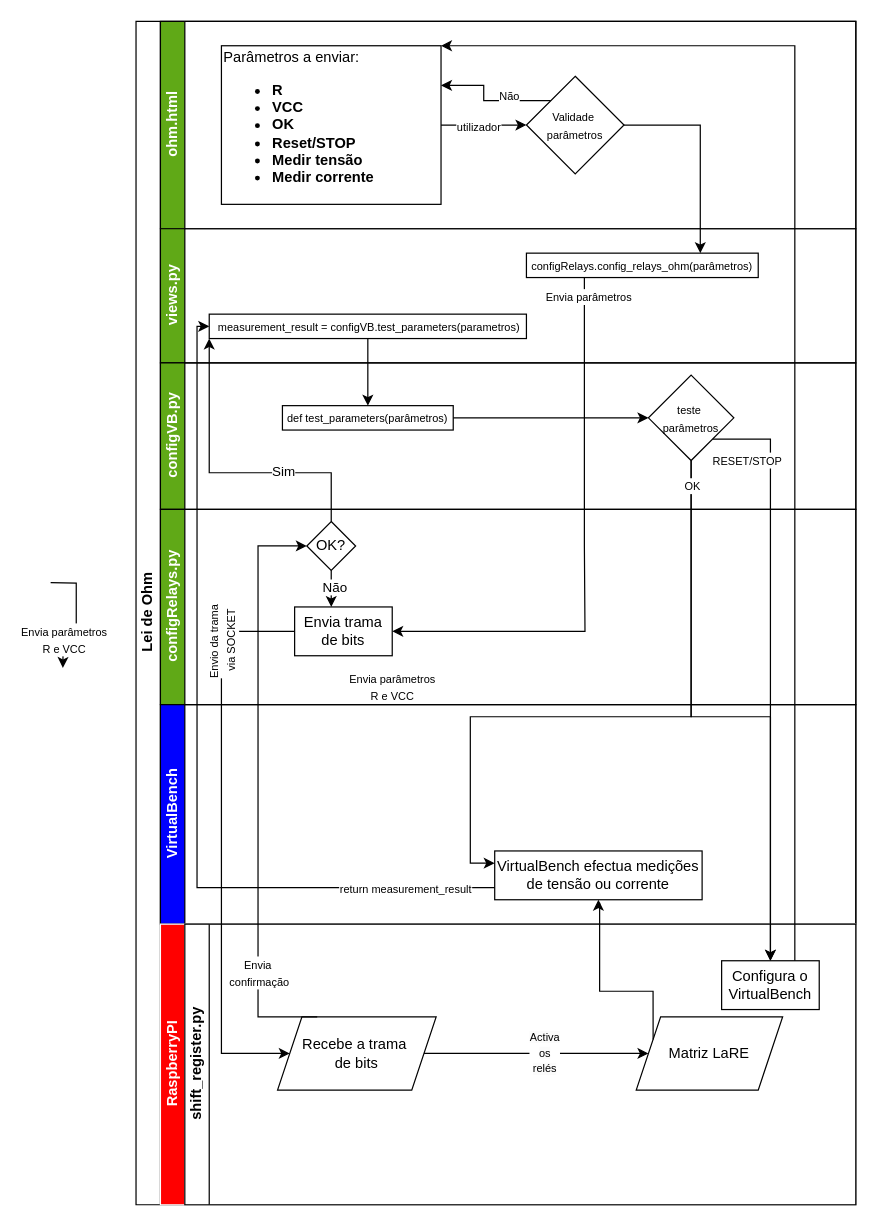
This is diagramas/flowchart_OHM.drawio from eddygrinder/LaRE, a draw.io file, before an edit. Source tidied: cells renumbered, new cells numbered last; positions are measured from the earlier drawing's top-left corner, leaving out a move shared by most shapes. Both pictures are drawn from the tidied source at 122%, with x=0, y=0 at pixel (50, 21).
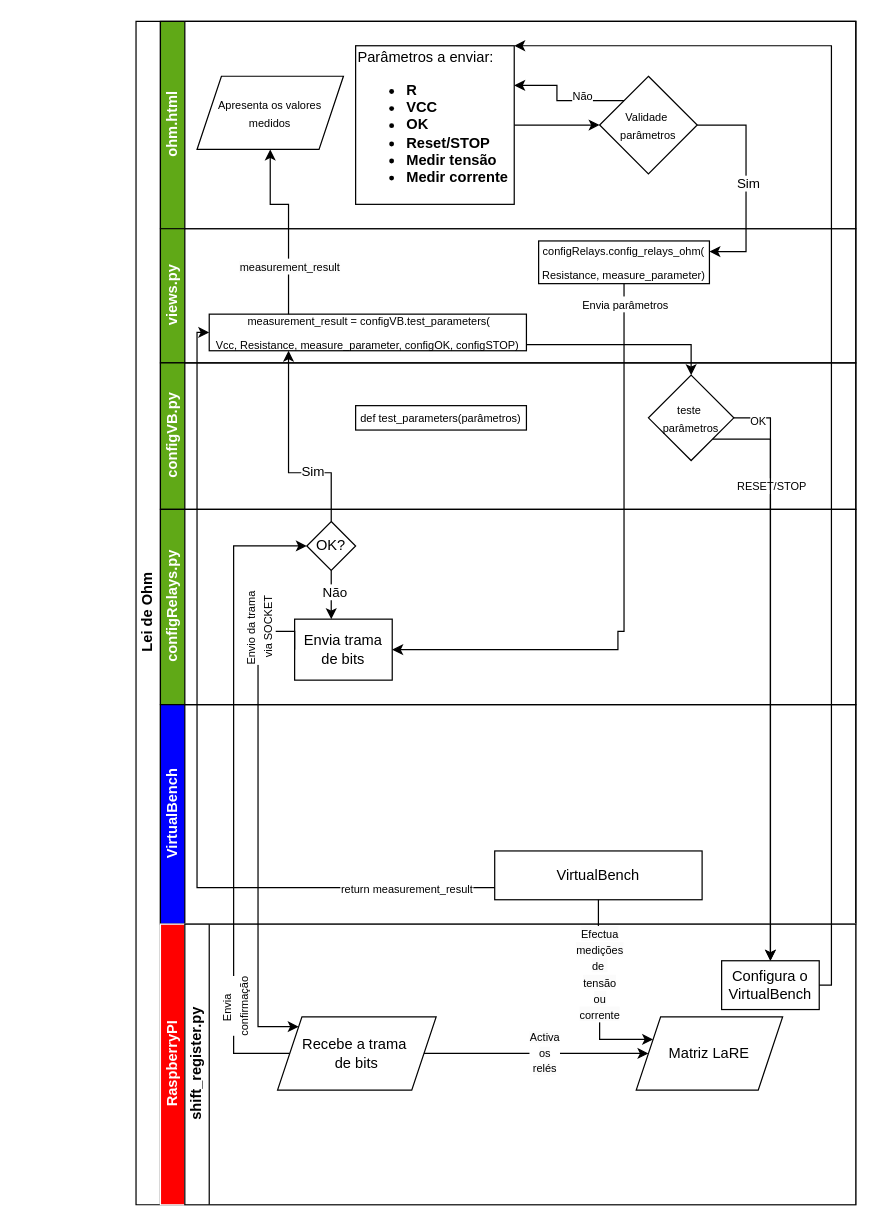
Above is the later version.

The change refers to these unchanged cells:
```xml
<mxCell id="2" value="Lei de Ohm" style="swimlane;html=1;horizontal=0;startSize=20;" parent="1" vertex="1">
  <mxGeometry x="70" width="590" height="970" as="geometry" />
</mxCell>
<mxCell id="3" value="&lt;font color=&quot;#ffffff&quot;&gt;ohm.html&lt;/font&gt;" style="swimlane;html=1;startSize=20;horizontal=0;fillColor=#60A917;" parent="2" vertex="1">
  <mxGeometry x="20" width="570" height="170" as="geometry" />
</mxCell>
<mxCell id="4" style="edgeStyle=orthogonalEdgeStyle;rounded=0;jettySize=auto;html=1;entryX=0;entryY=0.5;entryDx=0;entryDy=0;" parent="3" edge="1" source="6" target="9">
  <mxGeometry relative="1" as="geometry" />
</mxCell>
<mxCell id="10" value="&lt;font color=&quot;#ffffff&quot;&gt;views.py&lt;/font&gt;" style="swimlane;html=1;startSize=20;horizontal=0;fillColor=#60A917;" parent="2" vertex="1">
  <mxGeometry x="20" y="170" width="570" height="110" as="geometry" />
</mxCell>
<mxCell id="13" value="&lt;font color=&quot;#ffffff&quot;&gt;configVB.py&lt;/font&gt;" style="swimlane;html=1;startSize=20;horizontal=0;fillColor=#60A917;" parent="2" vertex="1">
  <mxGeometry x="20" y="280" width="570" height="120" as="geometry" />
</mxCell>
<mxCell id="17" value="&lt;p&gt;&lt;font style=&quot;font-size: 9px;&quot;&gt;teste&amp;nbsp;&lt;br&gt;&lt;/font&gt;&lt;span style=&quot;font-size: 9px; background-color: initial;&quot;&gt;parâmetros&lt;/span&gt;&lt;/p&gt;" style="rhombus;whiteSpace=wrap;html=1;fontFamily=Helvetica;fontSize=12;fontColor=#000000;align=center;" parent="13" vertex="1">
  <mxGeometry x="400" y="10" width="70" height="70" as="geometry" />
</mxCell>
<mxCell id="19" value="&lt;font color=&quot;#ffffff&quot;&gt;configRelays.py&lt;/font&gt;" style="swimlane;html=1;startSize=20;horizontal=0;fillColor=#60A917;" parent="2" vertex="1">
  <mxGeometry x="20" y="400" width="570" height="160" as="geometry" />
</mxCell>
<mxCell id="23" value="OK?" style="rhombus;whiteSpace=wrap;html=1;" parent="19" vertex="1">
  <mxGeometry x="120" y="10" width="40" height="40" as="geometry" />
</mxCell>
<mxCell id="24" value="&lt;font color=&quot;#ffffff&quot;&gt;VirtualBench&lt;/font&gt;" style="swimlane;html=1;startSize=20;horizontal=0;fillColor=#0000FF;" parent="2" vertex="1">
  <mxGeometry x="20" y="560" width="570" height="180" as="geometry" />
</mxCell>
<mxCell id="30" value="Recebe a trama&amp;nbsp;&lt;div&gt;de bits&lt;/div&gt;" style="shape=parallelogram;perimeter=parallelogramPerimeter;whiteSpace=wrap;html=1;fixedSize=1;" parent="27" vertex="1">
  <mxGeometry x="76" y="76" width="130" height="60" as="geometry" />
</mxCell>
<mxCell id="31" value="Matriz LaRE" style="shape=parallelogram;perimeter=parallelogramPerimeter;whiteSpace=wrap;html=1;fixedSize=1;" parent="27" vertex="1">
  <mxGeometry x="370" y="76" width="120" height="60" as="geometry" />
</mxCell>
<mxCell id="32" value="Configura o VirtualBench" style="rounded=0;whiteSpace=wrap;html=1;" parent="26" vertex="1">
  <mxGeometry x="460" y="30" width="80" height="40" as="geometry" />
</mxCell>
```

What changed in the source:
```diff
@@
-    <mxCell id="5" value="&lt;font style=&quot;font-size: 9px;&quot;&gt;utilizador&lt;/font&gt;" style="edgeLabel;html=1;align=center;verticalAlign=middle;" parent="4" vertex="1">
-      <mxGeometry x="-0.31" y="-1" relative="1" as="geometry">
-        <mxPoint x="6" y="-1" as="offset" />
-      </mxGeometry>
-    </mxCell>
     <mxCell id="6" value="Parâmetros a enviar:&lt;br&gt;&lt;ul&gt;&lt;li&gt;&lt;b&gt;R&lt;/b&gt;&lt;/li&gt;&lt;li&gt;&lt;b&gt;VCC&lt;/b&gt;&lt;/li&gt;&lt;li&gt;&lt;b&gt;OK&lt;/b&gt;&lt;/li&gt;&lt;li&gt;&lt;b&gt;Reset/STOP&lt;/b&gt;&lt;/li&gt;&lt;li&gt;&lt;b&gt;Medir tensão&lt;/b&gt;&lt;/li&gt;&lt;li&gt;&lt;b&gt;Medir corrente&lt;/b&gt;&lt;/li&gt;&lt;/ul&gt;" style="rounded=0;whiteSpace=wrap;html=1;fontFamily=Helvetica;fontSize=12;fontColor=#000000;align=left;" parent="3" vertex="1">
-      <mxGeometry x="50" y="20" width="180" height="130" as="geometry" />
+      <mxGeometry x="160" y="20" width="130" height="130" as="geometry" />
     </mxCell>
@@
     <mxCell id="9" value="&lt;font style=&quot;font-size: 9px;&quot;&gt;Validade&amp;nbsp;&lt;/font&gt;&lt;div&gt;&lt;font style=&quot;font-size: 9px;&quot;&gt;parâmetros&lt;/font&gt;&lt;/div&gt;" style="rhombus;whiteSpace=wrap;html=1;fontFamily=Helvetica;fontSize=12;fontColor=#000000;align=center;" parent="3" vertex="1">
-      <mxGeometry x="300" y="45" width="80" height="80" as="geometry" />
+      <mxGeometry x="360" y="45" width="80" height="80" as="geometry" />
     </mxCell>
+    <mxCell id="53" value="&lt;font style=&quot;font-size: 9px;&quot;&gt;Apresenta os valores medidos&lt;/font&gt;" style="shape=parallelogram;perimeter=parallelogramPerimeter;whiteSpace=wrap;html=1;fixedSize=1;" parent="3" vertex="1">
+      <mxGeometry x="30" y="45" width="120" height="60" as="geometry" />
+    </mxCell>
@@
-    <mxCell id="11" value="&lt;div style=&quot;line-height: 19px;&quot;&gt;&lt;font style=&quot;font-size: 9px;&quot;&gt;&amp;nbsp;measurement_result = configVB.test_parameters(parametros)&lt;/font&gt;&lt;/div&gt;" style="rounded=0;whiteSpace=wrap;html=1;fontFamily=Helvetica;fontSize=12;fontColor=#000000;align=center;" parent="10" vertex="1">
-      <mxGeometry x="40" y="70" width="260" height="20" as="geometry" />
+    <mxCell id="11" value="&lt;div style=&quot;line-height: 19px;&quot;&gt;&lt;font style=&quot;font-size: 9px;&quot;&gt;&amp;nbsp;measurement_result = configVB.test_parameters(&lt;br&gt;&lt;/font&gt;&lt;span style=&quot;font-size: 9px; background-color: initial;&quot;&gt;Vcc, Resistance, measure_parameter, configOK, configSTOP)&lt;/span&gt;&lt;/div&gt;" style="rounded=0;whiteSpace=wrap;html=1;fontFamily=Helvetica;fontSize=12;fontColor=#000000;align=center;" parent="10" vertex="1">
+      <mxGeometry x="40" y="70" width="260" height="30" as="geometry" />
     </mxCell>
-    <mxCell id="12" value="&lt;div style=&quot;line-height: 19px;&quot;&gt;&lt;div style=&quot;line-height: 19px;&quot;&gt;&lt;font style=&quot;font-size: 9px;&quot;&gt;configRelays.config_relays_ohm(parâmetros)&lt;/font&gt;&lt;/div&gt;&lt;/div&gt;" style="rounded=0;whiteSpace=wrap;html=1;fontFamily=Helvetica;fontSize=12;fontColor=#000000;align=center;" parent="10" vertex="1">
-      <mxGeometry x="300" y="20" width="190" height="20" as="geometry" />
+    <mxCell id="12" value="&lt;div style=&quot;line-height: 19px;&quot;&gt;&lt;div style=&quot;line-height: 19px;&quot;&gt;&lt;font style=&quot;font-size: 9px;&quot;&gt;configRelays.config_relays_ohm(&lt;br&gt;Resistance, measure_parameter&lt;/font&gt;&lt;span style=&quot;font-size: 9px; background-color: initial;&quot;&gt;)&lt;/span&gt;&lt;/div&gt;&lt;/div&gt;" style="rounded=0;whiteSpace=wrap;html=1;fontFamily=Helvetica;fontSize=12;fontColor=#000000;align=center;" parent="10" vertex="1">
+      <mxGeometry x="310" y="10" width="140" height="35" as="geometry" />
     </mxCell>
@@
     <mxCell id="14" value="&lt;div style=&quot;line-height: 19px;&quot;&gt;&lt;font style=&quot;font-size: 9px;&quot;&gt;def test_parameters(parâmetros)&lt;/font&gt;&lt;/div&gt;" style="rounded=0;whiteSpace=wrap;html=1;fontFamily=Helvetica;fontSize=12;fontColor=#000000;align=center;" parent="13" vertex="1">
-      <mxGeometry x="100" y="35" width="140" height="20" as="geometry" />
+      <mxGeometry x="160" y="35" width="140" height="20" as="geometry" />
     </mxCell>
     <mxCell id="15" style="edgeStyle=orthogonalEdgeStyle;rounded=0;jettySize=auto;html=1;exitX=1;exitY=1;exitDx=0;exitDy=0;" parent="13" edge="1" source="17">
       <mxGeometry relative="1" as="geometry">
         <mxPoint x="500" y="490" as="targetPoint" />
         <Array as="points">
           <mxPoint x="500" y="63" />
-          <mxPoint x="500" y="380" />
         </Array>
       </mxGeometry>
     </mxCell>
     <mxCell id="16" value="&lt;font style=&quot;font-size: 9px;&quot;&gt;RESET/STOP&lt;/font&gt;" style="edgeLabel;html=1;align=center;verticalAlign=middle;" parent="15" vertex="1">
       <mxGeometry x="-0.54" relative="1" as="geometry">
-        <mxPoint x="-20" y="-45" as="offset" />
+        <mxPoint y="-24" as="offset" />
       </mxGeometry>
     </mxCell>
@@
-    <mxCell id="18" style="edgeStyle=orthogonalEdgeStyle;rounded=0;jettySize=auto;html=1;entryX=0;entryY=0.5;entryDx=0;entryDy=0;" parent="13" edge="1" source="14" target="17">
-      <mxGeometry relative="1" as="geometry" />
-    </mxCell>
@@
     <mxCell id="20" value="Envia trama de bits" style="rounded=0;whiteSpace=wrap;html=1;" parent="19" vertex="1">
-      <mxGeometry x="110" y="80" width="80" height="40" as="geometry" />
+      <mxGeometry x="110" y="90" width="80" height="50" as="geometry" />
     </mxCell>
@@
-    <mxCell id="25" value="VirtualBench efectua medições de tensão ou corrente" style="rounded=0;whiteSpace=wrap;html=1;" parent="24" vertex="1">
+    <mxCell id="25" value="VirtualBench" style="rounded=0;whiteSpace=wrap;html=1;" parent="24" vertex="1">
       <mxGeometry x="274" y="120" width="170" height="40" as="geometry" />
     </mxCell>
@@
-    <mxCell id="33" style="edgeStyle=orthogonalEdgeStyle;rounded=0;jettySize=auto;html=1;entryX=0.5;entryY=0;entryDx=0;entryDy=0;" parent="2" edge="1" source="11" target="14">
+    <mxCell id="33" style="edgeStyle=orthogonalEdgeStyle;rounded=0;jettySize=auto;html=1;entryX=0.5;entryY=0;entryDx=0;entryDy=0;" parent="2" edge="1" target="17">
       <mxGeometry relative="1" as="geometry">
+        <mxPoint x="320" y="265" as="sourcePoint" />
         <Array as="points">
-          <mxPoint x="190" y="315" />
+          <mxPoint x="455" y="265" />
         </Array>
       </mxGeometry>
     </mxCell>
     <mxCell id="34" style="edgeStyle=orthogonalEdgeStyle;rounded=0;jettySize=auto;html=1;exitX=0;exitY=0.75;exitDx=0;exitDy=0;entryX=0;entryY=0.5;entryDx=0;entryDy=0;" parent="2" edge="1" source="25" target="11">
       <mxGeometry relative="1" as="geometry">
         <Array as="points">
           <mxPoint x="50" y="710" />
-          <mxPoint x="50" y="250" />
+          <mxPoint x="50" y="255" />
         </Array>
       </mxGeometry>
     </mxCell>
@@
-    <mxCell id="36" style="edgeStyle=orthogonalEdgeStyle;rounded=0;orthogonalLoop=1;jettySize=auto;html=1;" parent="2" edge="1">
-      <mxGeometry relative="1" as="geometry">
-        <mxPoint x="-70" y="460" as="sourcePoint" />
-        <mxPoint x="-60" y="530" as="targetPoint" />
-      </mxGeometry>
-    </mxCell>
-    <mxCell id="37" value="&lt;font style=&quot;font-size: 9px;&quot;&gt;Envia parâmetros&lt;/font&gt;&lt;div&gt;&lt;font style=&quot;font-size: 9px;&quot;&gt;R e VCC&lt;/font&gt;&lt;/div&gt;" style="edgeLabel;html=1;align=center;verticalAlign=middle;" parent="36" vertex="1">
-      <mxGeometry x="0.37" y="1" relative="1" as="geometry">
-        <mxPoint x="-1" y="8" as="offset" />
-      </mxGeometry>
-    </mxCell>
-    <mxCell id="38" style="edgeStyle=orthogonalEdgeStyle;rounded=0;jettySize=auto;html=1;exitX=0;exitY=0.5;exitDx=0;exitDy=0;" parent="2" edge="1" source="20" target="30">
+    <mxCell id="38" style="edgeStyle=orthogonalEdgeStyle;rounded=0;jettySize=auto;html=1;exitX=0;exitY=0.5;exitDx=0;exitDy=0;entryX=0;entryY=0;entryDx=0;entryDy=0;" parent="2" edge="1" source="20" target="30">
       <mxGeometry relative="1" as="geometry">
         <Array as="points">
-          <mxPoint x="70" y="500" />
-          <mxPoint x="70" y="846" />
+          <mxPoint x="100" y="500" />
+          <mxPoint x="100" y="824" />
         </Array>
       </mxGeometry>
     </mxCell>
@@
-    <mxCell id="40" style="edgeStyle=orthogonalEdgeStyle;rounded=0;jettySize=auto;html=1;exitX=0.25;exitY=0;exitDx=0;exitDy=0;entryX=0;entryY=0.5;entryDx=0;entryDy=0;" parent="2" edge="1" source="30" target="23">
+    <mxCell id="40" style="edgeStyle=orthogonalEdgeStyle;rounded=0;jettySize=auto;html=1;exitX=0;exitY=0.5;exitDx=0;exitDy=0;entryX=0;entryY=0.5;entryDx=0;entryDy=0;" parent="2" edge="1" source="30" target="23">
       <mxGeometry relative="1" as="geometry">
         <Array as="points">
-          <mxPoint x="100" y="816" />
-          <mxPoint x="100" y="430" />
+          <mxPoint x="80" y="846" />
+          <mxPoint x="80" y="430" />
         </Array>
       </mxGeometry>
     </mxCell>
-    <mxCell id="41" value="&lt;font style=&quot;font-size: 9px;&quot;&gt;Envia&amp;nbsp;&lt;/font&gt;&lt;div&gt;&lt;font style=&quot;font-size: 9px;&quot;&gt;confirmação&lt;/font&gt;&lt;/div&gt;" style="edgeLabel;html=1;align=center;verticalAlign=middle;" parent="40" vertex="1">
+    <mxCell id="41" value="&lt;font style=&quot;font-size: 9px;&quot;&gt;Envia&amp;nbsp;&lt;/font&gt;&lt;div&gt;&lt;font style=&quot;font-size: 9px;&quot;&gt;confirmação&lt;/font&gt;&lt;/div&gt;" style="edgeLabel;html=1;align=center;verticalAlign=middle;rotation=-90;" parent="40" vertex="1">
       <mxGeometry x="0.34" relative="1" as="geometry">
-        <mxPoint y="233" as="offset" />
+        <mxPoint y="267" as="offset" />
       </mxGeometry>
     </mxCell>
-    <mxCell id="42" style="edgeStyle=orthogonalEdgeStyle;rounded=0;jettySize=auto;html=1;exitX=0.5;exitY=1;exitDx=0;exitDy=0;entryX=0;entryY=0.25;entryDx=0;entryDy=0;" parent="2" edge="1" source="17" target="25">
-      <mxGeometry relative="1" as="geometry">
-        <Array as="points">
-          <mxPoint x="455" y="570" />
-          <mxPoint x="274" y="570" />
-          <mxPoint x="274" y="690" />
-        </Array>
-      </mxGeometry>
-    </mxCell>
-    <mxCell id="43" value="&lt;font style=&quot;font-size: 9px;&quot;&gt;Envia parâmetros&lt;/font&gt;&lt;div&gt;&lt;font style=&quot;font-size: 9px;&quot;&gt;R e VCC&lt;/font&gt;&lt;/div&gt;" style="edgeLabel;html=1;align=center;verticalAlign=middle;" parent="42" vertex="1">
-      <mxGeometry x="-0.16" y="-1" relative="1" as="geometry">
-        <mxPoint x="-233" y="-24" as="offset" />
-      </mxGeometry>
-    </mxCell>
-    <mxCell id="44" style="edgeStyle=orthogonalEdgeStyle;rounded=0;jettySize=auto;html=1;exitX=0;exitY=0.25;exitDx=0;exitDy=0;entryX=0.5;entryY=1;entryDx=0;entryDy=0;" parent="2" edge="1" source="31" target="25">
-      <mxGeometry relative="1" as="geometry">
-        <Array as="points">
-          <mxPoint x="380" y="795" />
-          <mxPoint x="380" y="723" />
-          <mxPoint x="379" y="723" />
-        </Array>
-      </mxGeometry>
-    </mxCell>
-    <mxCell id="45" style="edgeStyle=orthogonalEdgeStyle;rounded=0;jettySize=auto;html=1;" parent="2" edge="1" source="17" target="32">
+    <mxCell id="45" style="edgeStyle=orthogonalEdgeStyle;rounded=0;jettySize=auto;html=1;exitX=1;exitY=0.5;exitDx=0;exitDy=0;" parent="2" edge="1" source="17" target="32">
       <mxGeometry relative="1" as="geometry">
         <Array as="points">
-          <mxPoint x="455" y="570" />
-          <mxPoint x="520" y="570" />
+          <mxPoint x="520" y="325" />
         </Array>
       </mxGeometry>
     </mxCell>
     <mxCell id="46" value="&lt;font style=&quot;font-size: 9px;&quot;&gt;OK&lt;/font&gt;" style="edgeLabel;html=1;align=center;verticalAlign=middle;" parent="45" vertex="1">
-      <mxGeometry x="-0.75" y="-3" relative="1" as="geometry">
-        <mxPoint x="3" y="-39" as="offset" />
-      </mxGeometry>
+      <mxGeometry x="-0.92" y="-1" relative="1" as="geometry" />
     </mxCell>
-    <mxCell id="47" style="edgeStyle=orthogonalEdgeStyle;rounded=0;jettySize=auto;html=1;exitX=0.75;exitY=0;exitDx=0;exitDy=0;entryX=1;entryY=0;entryDx=0;entryDy=0;" parent="2" edge="1" source="32" target="6">
+    <mxCell id="47" style="edgeStyle=orthogonalEdgeStyle;rounded=0;jettySize=auto;html=1;entryX=1;entryY=0;entryDx=0;entryDy=0;" parent="2" edge="1" target="6">
       <mxGeometry relative="1" as="geometry">
+        <mxPoint x="560" y="790" as="sourcePoint" />
         <Array as="points">
-          <mxPoint x="540" y="20" />
+          <mxPoint x="570" y="790" />
+          <mxPoint x="570" y="20" />
         </Array>
       </mxGeometry>
     </mxCell>
-    <mxCell id="48" style="edgeStyle=orthogonalEdgeStyle;rounded=0;jettySize=auto;html=1;entryX=1;entryY=0.5;entryDx=0;entryDy=0;exitX=0.25;exitY=1;exitDx=0;exitDy=0;" parent="2" edge="1" source="12" target="20">
+    <mxCell id="48" style="edgeStyle=orthogonalEdgeStyle;rounded=0;jettySize=auto;html=1;entryX=1;entryY=0.5;entryDx=0;entryDy=0;exitX=0.5;exitY=1;exitDx=0;exitDy=0;" parent="2" edge="1" source="12" target="20">
       <mxGeometry relative="1" as="geometry">
         <Array as="points">
-          <mxPoint x="368" y="430" />
-          <mxPoint x="368" y="500" />
+          <mxPoint x="395" y="500" />
         </Array>
       </mxGeometry>
     </mxCell>
     <mxCell id="49" value="&lt;font style=&quot;font-size: 9px;&quot;&gt;Envia parâmetros&lt;/font&gt;" style="edgeLabel;html=1;align=center;verticalAlign=middle;" parent="48" vertex="1">
       <mxGeometry x="-0.79" y="2" relative="1" as="geometry">
-        <mxPoint x="1" y="-32" as="offset" />
+        <mxPoint x="-2" y="-35" as="offset" />
       </mxGeometry>
     </mxCell>
-    <mxCell id="50" style="edgeStyle=orthogonalEdgeStyle;rounded=0;jettySize=auto;html=1;entryX=0.75;entryY=0;entryDx=0;entryDy=0;exitX=1;exitY=0.5;exitDx=0;exitDy=0;" parent="2" edge="1" source="9" target="12">
-      <mxGeometry relative="1" as="geometry" />
-    </mxCell>
-    <mxCell id="51" style="edgeStyle=orthogonalEdgeStyle;rounded=0;jettySize=auto;html=1;entryX=0;entryY=1;entryDx=0;entryDy=0;" parent="2" edge="1" source="23" target="11">
+    <mxCell id="51" style="edgeStyle=orthogonalEdgeStyle;rounded=0;jettySize=auto;html=1;entryX=0.25;entryY=1;entryDx=0;entryDy=0;" parent="2" edge="1" source="23" target="11">
       <mxGeometry relative="1" as="geometry">
         <Array as="points">
           <mxPoint x="160" y="370" />
-          <mxPoint x="60" y="370" />
+          <mxPoint x="125" y="370" />
         </Array>
       </mxGeometry>
     </mxCell>
@@
+    <mxCell id="54" style="edgeStyle=orthogonalEdgeStyle;rounded=0;jettySize=auto;html=1;exitX=0.5;exitY=1;exitDx=0;exitDy=0;entryX=0;entryY=0.25;entryDx=0;entryDy=0;" parent="2" edge="1" source="25" target="31">
+      <mxGeometry relative="1" as="geometry">
+        <Array as="points">
+          <mxPoint x="379" y="768" />
+          <mxPoint x="380" y="768" />
+          <mxPoint x="380" y="835" />
+        </Array>
+      </mxGeometry>
+    </mxCell>
+    <mxCell id="55" value="&lt;span style=&quot;text-wrap: wrap; background-color: rgb(251, 251, 251);&quot;&gt;&lt;font style=&quot;font-size: 9px;&quot;&gt;Efectua medições de&amp;nbsp;&lt;/font&gt;&lt;/span&gt;&lt;div&gt;&lt;span style=&quot;text-wrap: wrap; background-color: rgb(251, 251, 251);&quot;&gt;&lt;font style=&quot;font-size: 9px;&quot;&gt;tensão ou corrente&lt;/font&gt;&lt;/span&gt;&lt;/div&gt;" style="edgeLabel;html=1;align=center;verticalAlign=middle;" parent="54" vertex="1">
+      <mxGeometry x="-0.37" y="1" relative="1" as="geometry">
+        <mxPoint x="-2" y="11" as="offset" />
+      </mxGeometry>
+    </mxCell>
+    <mxCell id="56" style="edgeStyle=orthogonalEdgeStyle;rounded=0;jettySize=auto;html=1;exitX=0.25;exitY=0;exitDx=0;exitDy=0;entryX=0.5;entryY=1;entryDx=0;entryDy=0;" parent="2" edge="1" source="11" target="53">
+      <mxGeometry relative="1" as="geometry">
+        <Array as="points">
+          <mxPoint x="125" y="150" />
+          <mxPoint x="110" y="150" />
+        </Array>
+      </mxGeometry>
+    </mxCell>
+    <mxCell id="57" value="&lt;span style=&quot;font-size: 9px; text-wrap: wrap; background-color: rgb(251, 251, 251);&quot;&gt;measurement_result&lt;/span&gt;" style="edgeLabel;html=1;align=center;verticalAlign=middle;" parent="56" vertex="1">
+      <mxGeometry x="-0.47" y="-1" relative="1" as="geometry" />
+    </mxCell>
+    <mxCell id="50" style="edgeStyle=orthogonalEdgeStyle;rounded=0;jettySize=auto;html=1;entryX=1;entryY=0.25;entryDx=0;entryDy=0;exitX=1;exitY=0.5;exitDx=0;exitDy=0;" parent="2" edge="1" source="9" target="12">
+      <mxGeometry relative="1" as="geometry">
+        <Array as="points">
+          <mxPoint x="500" y="85" />
+          <mxPoint x="500" y="189" />
+        </Array>
+      </mxGeometry>
+    </mxCell>
+    <mxCell id="58" value="Sim" style="edgeLabel;html=1;align=center;verticalAlign=middle;" parent="50" vertex="1">
+      <mxGeometry x="0.19" y="-1" relative="1" as="geometry">
+        <mxPoint x="2" y="-16" as="offset" />
+      </mxGeometry>
+    </mxCell>
```
